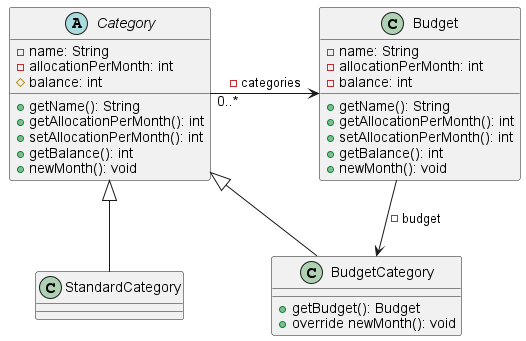
The PlantUML diagram diagram_class.png in vinvin129/budget-manager, before a commit. Its diagram source:
```plantuml
@startuml

abstract class Category {
    -name: String
    -allocationPerMonth: int
    #balance: int

    +getName(): String
    +getAllocationPerMonth(): int
    +setAllocationPerMonth(): int
    +getBalance(): int
    +newMonth(): void
}
class StandardCategory
class BudgetCategory {
    +getBudget(): Budget
    +override newMonth(): void
}
class Budget {
    -name: String
    -allocationPerMonth: int
    -balance: int

    +getName(): String
    +getAllocationPerMonth(): int
    +setAllocationPerMonth(): int
    +getBalance(): int
    +newMonth(): void
}

Category <|-- StandardCategory
Category <|-- BudgetCategory

Budget --> BudgetCategory : -budget
Category "0..*" -right-> Budget : -categories

@enduml
```
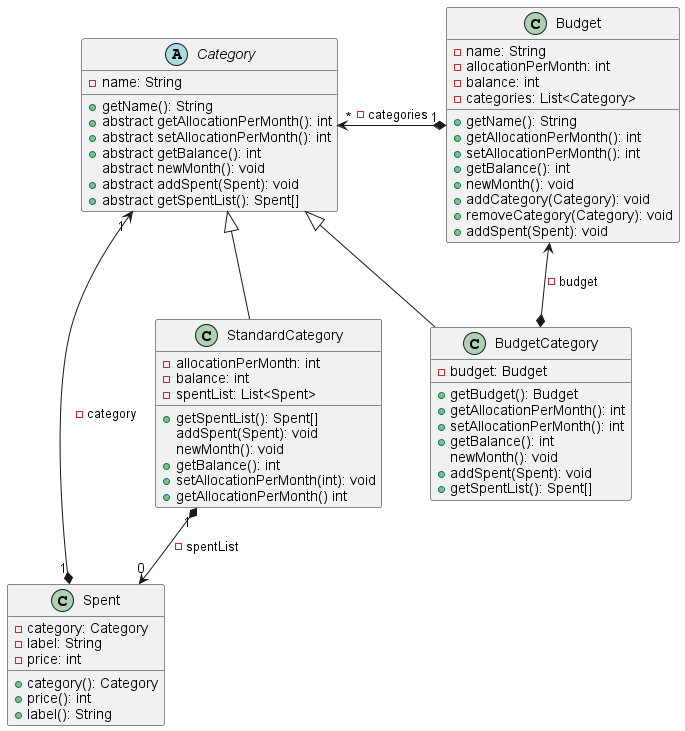
Above is the later version.

Commit message:
update diagram class for budget logic

What changed in the source:
```diff
@@ -2,36 +2,69 @@
 
 abstract class Category {
     -name: String
+
+    +getName(): String
+    +abstract getAllocationPerMonth(): int
+    +abstract setAllocationPerMonth(): int
+    +abstract getBalance(): int
+    abstract newMonth(): void
+    +abstract addSpent(Spent): void
+    +abstract getSpentList(): Spent[]
+}
+class StandardCategory {
     -allocationPerMonth: int
-    #balance: int
+    -balance: int
+    -spentList: List<Spent>
+
+    +getSpentList(): Spent[]
+    addSpent(Spent): void
+    newMonth(): void
+    +getBalance(): int
+    +setAllocationPerMonth(int): void
+    +getAllocationPerMonth() int
+}
+class BudgetCategory {
+    -budget: Budget
+
+    +getBudget(): Budget
+    +getAllocationPerMonth(): int
+    +setAllocationPerMonth(): int
+    +getBalance(): int
+    newMonth(): void
+    +addSpent(Spent): void
+    +getSpentList(): Spent[]
+}
+class Budget {
+    -name: String
+    -allocationPerMonth: int
+    -balance: int
+    -categories: List<Category>
 
     +getName(): String
     +getAllocationPerMonth(): int
     +setAllocationPerMonth(): int
     +getBalance(): int
     +newMonth(): void
+    +addCategory(Category): void
+    +removeCategory(Category): void
+    +addSpent(Spent): void
 }
-class StandardCategory
-class BudgetCategory {
-    +getBudget(): Budget
-    +override newMonth(): void
-}
-class Budget {
-    -name: String
-    -allocationPerMonth: int
-    -balance: int
+class Spent {
+    -category: Category
+    -label: String
+    -price: int
 
-    +getName(): String
-    +getAllocationPerMonth(): int
-    +setAllocationPerMonth(): int
-    +getBalance(): int
-    +newMonth(): void
+    +category(): Category
+    +price(): int
+    +label(): String
 }
 
 Category <|-- StandardCategory
 Category <|-- BudgetCategory
 
-Budget --> BudgetCategory : -budget
-Category "0..*" -right-> Budget : -categories
+Budget <--* BudgetCategory : -budget
+Category "*" <-right-* "1" Budget : -categories
+Category "1" <-right-* "1" Spent : -category
+StandardCategory "1" *--> "0" Spent : -spentList
 
 @enduml
```
